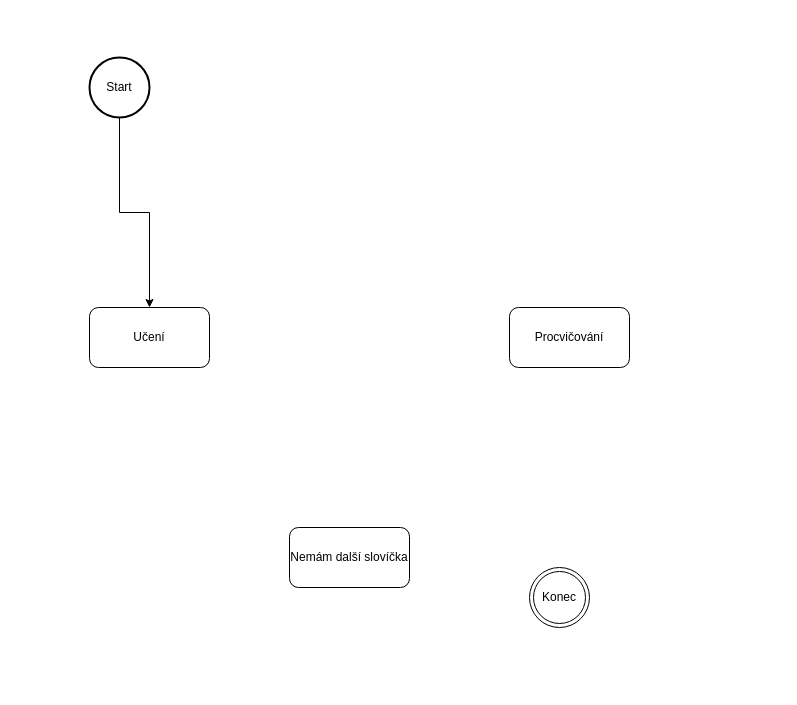
Above: doc/Memrisee.drawio in DoctorKeemee/MujProjekt1 (draw.io), before the change. Source tidied: cells renumbered, new cells numbered last; positions are measured from the earlier drawing's top-left corner, leaving out a move shared by most shapes. Both pictures are drawn from the tidied source at 100%, with x=0, y=0 at pixel (89, 57).
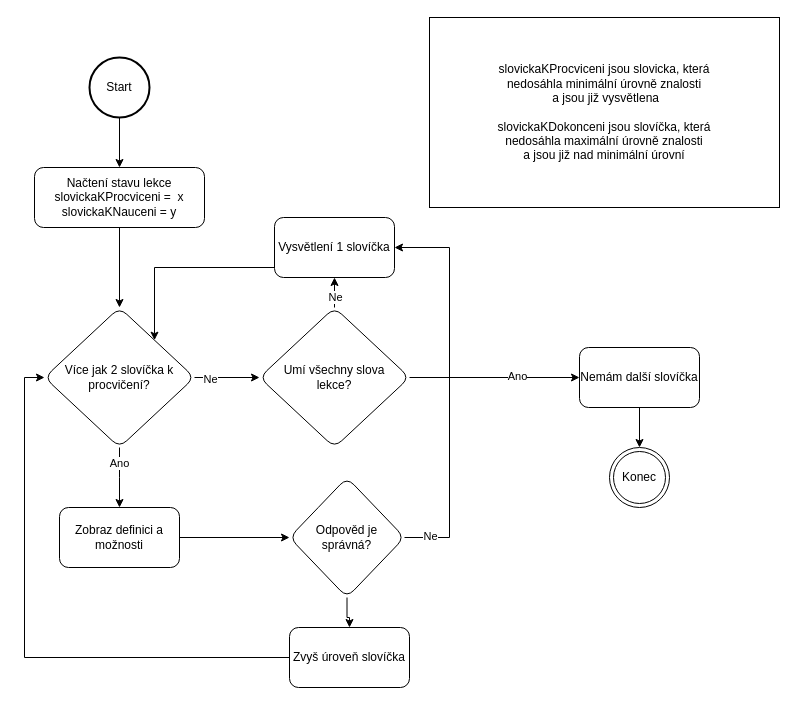
The same page after the edit.

The change refers to these unchanged cells:
```xml
<mxCell id="6" value="Start" style="strokeWidth=2;html=1;shape=mxgraph.flowchart.start_2;whiteSpace=wrap;" parent="1" vertex="1">
  <mxGeometry width="60" height="60" as="geometry" />
</mxCell>
```

What changed in the source:
```diff
@@
-    <mxCell id="2" value="Učení" style="rounded=1;whiteSpace=wrap;html=1;" parent="1" vertex="1">
-      <mxGeometry y="250" width="120" height="60" as="geometry" />
-    </mxCell>
-    <mxCell id="3" value="Procvičování" style="rounded=1;whiteSpace=wrap;html=1;" parent="1" vertex="1">
-      <mxGeometry x="420" y="250" width="120" height="60" as="geometry" />
-    </mxCell>
+    <mxCell id="8" style="edgeStyle=orthogonalEdgeStyle;rounded=0;jettySize=auto;html=1;exitX=0.5;exitY=1;exitDx=0;exitDy=0;entryX=0.5;entryY=0;entryDx=0;entryDy=0;" parent="1" edge="1" source="4" target="7">
+      <mxGeometry relative="1" as="geometry" />
+    </mxCell>
     <mxCell id="4" value="Nemám další slovíčka" style="rounded=1;whiteSpace=wrap;html=1;" parent="1" vertex="1">
-      <mxGeometry x="200" y="470" width="120" height="60" as="geometry" />
+      <mxGeometry x="490" y="290" width="120" height="60" as="geometry" />
     </mxCell>
-    <mxCell id="5" style="edgeStyle=orthogonalEdgeStyle;rounded=0;jettySize=auto;html=1;entryX=0.5;entryY=0;entryDx=0;entryDy=0;" parent="1" edge="1" source="6" target="2">
+    <mxCell id="5" style="edgeStyle=orthogonalEdgeStyle;rounded=0;jettySize=auto;html=1;entryX=0.5;entryY=0;entryDx=0;entryDy=0;" parent="1" edge="1" source="6" target="10">
       <mxGeometry relative="1" as="geometry" />
     </mxCell>
@@
     <mxCell id="7" value="Konec" style="ellipse;shape=doubleEllipse;whiteSpace=wrap;html=1;" parent="1" vertex="1">
-      <mxGeometry x="440" y="510" width="60" height="60" as="geometry" />
+      <mxGeometry x="520" y="390" width="60" height="60" as="geometry" />
     </mxCell>
+    <mxCell id="9" style="edgeStyle=orthogonalEdgeStyle;rounded=0;jettySize=auto;html=1;" parent="1" edge="1" source="10" target="15">
+      <mxGeometry relative="1" as="geometry" />
+    </mxCell>
+    <mxCell id="10" value="Načtení stavu lekce&lt;br&gt;slovickaKProcviceni =&amp;nbsp; x&lt;br&gt;slovickaKNauceni = y" style="rounded=1;whiteSpace=wrap;html=1;" parent="1" vertex="1">
+      <mxGeometry x="-55" y="110" width="170" height="60" as="geometry" />
+    </mxCell>
+    <mxCell id="11" style="edgeStyle=orthogonalEdgeStyle;rounded=0;jettySize=auto;html=1;" parent="1" edge="1" source="15" target="22">
+      <mxGeometry relative="1" as="geometry" />
+    </mxCell>
+    <mxCell id="12" value="Ne" style="edgeLabel;html=1;align=center;verticalAlign=middle;" parent="11" vertex="1">
+      <mxGeometry x="-0.55" y="-1" relative="1" as="geometry" />
+    </mxCell>
+    <mxCell id="13" style="edgeStyle=orthogonalEdgeStyle;rounded=0;jettySize=auto;html=1;exitX=0.5;exitY=1;exitDx=0;exitDy=0;" parent="1" edge="1" source="15">
+      <mxGeometry relative="1" as="geometry">
+        <mxPoint x="30" y="450" as="targetPoint" />
+      </mxGeometry>
+    </mxCell>
+    <mxCell id="14" value="Ano" style="edgeLabel;html=1;align=center;verticalAlign=middle;" parent="13" vertex="1">
+      <mxGeometry x="-0.5" y="-1" relative="1" as="geometry" />
+    </mxCell>
+    <mxCell id="15" value="Více jak 2 slovíčka k procvičení?" style="rhombus;whiteSpace=wrap;html=1;rounded=1;" parent="1" vertex="1">
+      <mxGeometry x="-45" y="250" width="150" height="140" as="geometry" />
+    </mxCell>
+    <mxCell id="16" style="edgeStyle=orthogonalEdgeStyle;rounded=0;jettySize=auto;html=1;exitX=0;exitY=0.5;exitDx=0;exitDy=0;" parent="1" edge="1" source="17" target="15">
+      <mxGeometry relative="1" as="geometry">
+        <Array as="points">
+          <mxPoint x="234" y="210" />
+          <mxPoint x="65" y="210" />
+        </Array>
+      </mxGeometry>
+    </mxCell>
+    <mxCell id="17" value="Vysvětlení 1 slovíčka" style="whiteSpace=wrap;html=1;rounded=1;" parent="1" vertex="1">
+      <mxGeometry x="185" y="160" width="120" height="60" as="geometry" />
+    </mxCell>
+    <mxCell id="18" style="edgeStyle=orthogonalEdgeStyle;rounded=0;jettySize=auto;html=1;exitX=0.5;exitY=0;exitDx=0;exitDy=0;" parent="1" edge="1" source="22" target="17">
+      <mxGeometry relative="1" as="geometry" />
+    </mxCell>
+    <mxCell id="19" value="Ne" style="edgeLabel;html=1;align=center;verticalAlign=middle;" parent="18" vertex="1">
+      <mxGeometry x="0.24" relative="1" as="geometry" />
+    </mxCell>
+    <mxCell id="20" style="edgeStyle=orthogonalEdgeStyle;rounded=0;jettySize=auto;html=1;exitX=1;exitY=0.5;exitDx=0;exitDy=0;entryX=0;entryY=0.5;entryDx=0;entryDy=0;" parent="1" edge="1" source="22" target="4">
+      <mxGeometry relative="1" as="geometry" />
+    </mxCell>
+    <mxCell id="21" value="Ano" style="edgeLabel;html=1;align=center;verticalAlign=middle;" parent="20" vertex="1">
+      <mxGeometry x="0.26" y="2" relative="1" as="geometry" />
+    </mxCell>
+    <mxCell id="22" value="Umí všechny slova &lt;br&gt;lekce?" style="rhombus;whiteSpace=wrap;html=1;rounded=1;" parent="1" vertex="1">
+      <mxGeometry x="170" y="250" width="150" height="140" as="geometry" />
+    </mxCell>
+    <mxCell id="23" value="slovickaKProcviceni jsou slovicka, která&lt;br&gt;nedosáhla minimální úrovně znalosti&lt;br&gt;&amp;nbsp;a jsou již vysvětlena&lt;br&gt;&lt;br&gt;slovickaKDokonceni jsou slovíčka, která&lt;br&gt;nedosáhla maximální úrovně znalosti&lt;br&gt;a jsou již nad minimální úrovní" style="rounded=0;whiteSpace=wrap;html=1;" parent="1" vertex="1">
+      <mxGeometry x="340" y="-40" width="350" height="190" as="geometry" />
+    </mxCell>
+    <mxCell id="24" style="edgeStyle=orthogonalEdgeStyle;rounded=0;jettySize=auto;html=1;" parent="1" edge="1" source="25" target="29">
+      <mxGeometry relative="1" as="geometry" />
+    </mxCell>
+    <mxCell id="25" value="Zobraz definici a možnosti" style="rounded=1;whiteSpace=wrap;html=1;" parent="1" vertex="1">
+      <mxGeometry x="-30" y="450" width="120" height="60" as="geometry" />
+    </mxCell>
+    <mxCell id="26" style="edgeStyle=orthogonalEdgeStyle;rounded=0;jettySize=auto;html=1;exitX=1;exitY=0.5;exitDx=0;exitDy=0;entryX=1;entryY=0.5;entryDx=0;entryDy=0;" parent="1" edge="1" source="29" target="17">
+      <mxGeometry relative="1" as="geometry">
+        <Array as="points">
+          <mxPoint x="360" y="480" />
+          <mxPoint x="360" y="190" />
+        </Array>
+      </mxGeometry>
+    </mxCell>
+    <mxCell id="27" value="Ne" style="edgeLabel;html=1;align=center;verticalAlign=middle;" parent="26" vertex="1">
+      <mxGeometry x="-0.87" y="2" relative="1" as="geometry" />
+    </mxCell>
+    <mxCell id="28" style="edgeStyle=orthogonalEdgeStyle;rounded=0;jettySize=auto;html=1;exitX=0.5;exitY=1;exitDx=0;exitDy=0;" parent="1" edge="1" source="29" target="31">
+      <mxGeometry relative="1" as="geometry" />
+    </mxCell>
+    <mxCell id="29" value="Odpověd je správná?" style="rhombus;whiteSpace=wrap;html=1;rounded=1;" parent="1" vertex="1">
+      <mxGeometry x="200" y="420" width="115" height="120" as="geometry" />
+    </mxCell>
+    <mxCell id="30" style="edgeStyle=orthogonalEdgeStyle;rounded=0;jettySize=auto;html=1;exitX=0;exitY=0.5;exitDx=0;exitDy=0;entryX=0;entryY=0.5;entryDx=0;entryDy=0;" parent="1" edge="1" source="31" target="15">
+      <mxGeometry relative="1" as="geometry" />
+    </mxCell>
+    <mxCell id="31" value="Zvyš úroveň slovíčka" style="rounded=1;whiteSpace=wrap;html=1;" parent="1" vertex="1">
+      <mxGeometry x="200" y="570" width="120" height="60" as="geometry" />
+    </mxCell>
```
